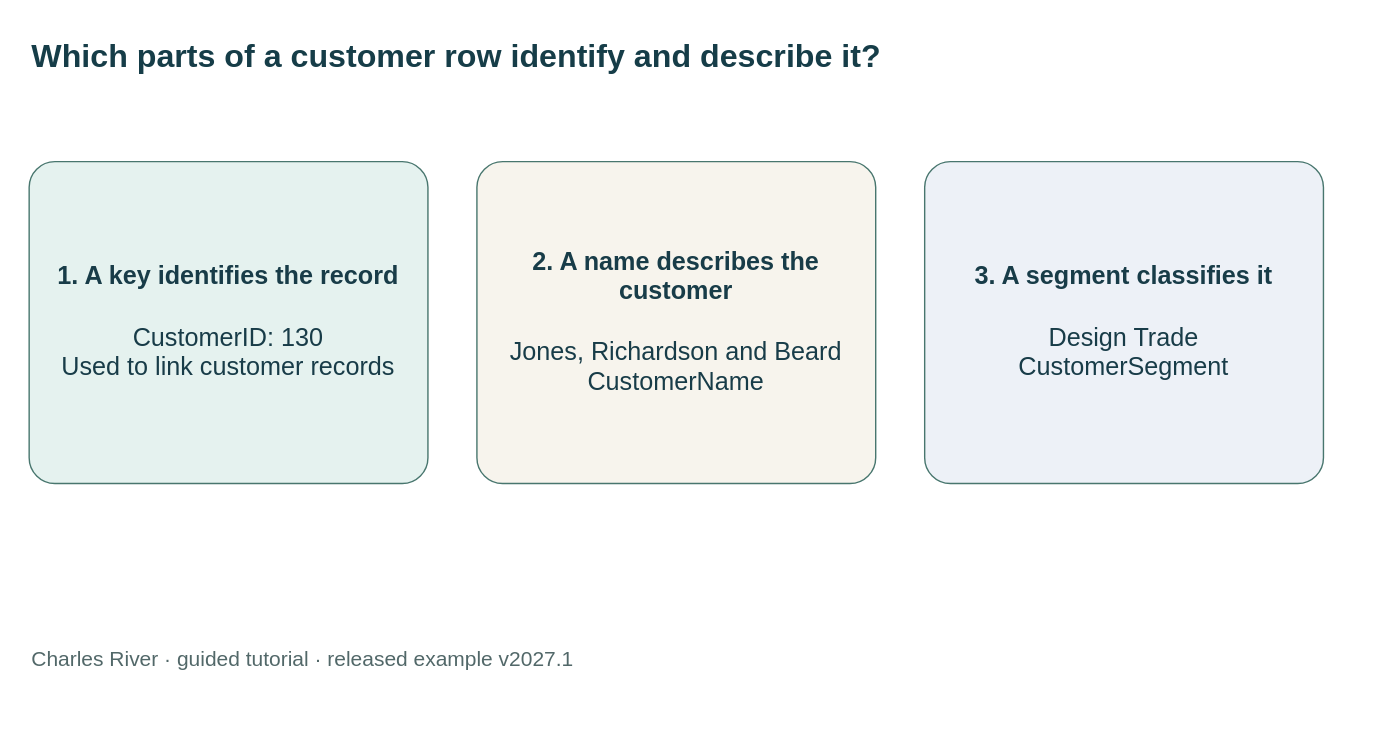
Above: static/diagrams/tutorials/meet-the-records.svg in mmcodesso/CharlesRiver_Database (draw.io), before the change. Source tidied: cells renumbered, new cells last; positions are measured from the earlier drawing's top-left corner, leaving out a move shared by most shapes. The source it was exported from:
```xml
<mxGraphModel>
  <root>
    <mxCell id="0" />
    <mxCell id="1" parent="0" />
    <mxCell id="2" value="Which parts of a customer row identify and describe it?" style="text;html=0;whiteSpace=wrap;fontSize=23;fontStyle=1;fontColor=#163d48;align=left;" parent="1" vertex="1">
      <mxGeometry width="920" height="60" as="geometry" />
    </mxCell>
    <mxCell id="3" value="&lt;b&gt;1. A key identifies the record&lt;/b&gt;&lt;br&gt;&lt;br&gt;CustomerID: 130&lt;br&gt;Used to link customer records" style="rounded=1;whiteSpace=wrap;html=1;fillColor=#e5f2ef;strokeColor=#48766e;fontColor=#183c48;fontSize=18;spacing=15;arcSize=8;" parent="1" vertex="1">
      <mxGeometry y="95" width="285" height="230" as="geometry" />
    </mxCell>
    <mxCell id="4" value="&lt;b&gt;2. A name describes the customer&lt;/b&gt;&lt;br&gt;&lt;br&gt;Jones, Richardson and Beard&lt;br&gt;CustomerName" style="rounded=1;whiteSpace=wrap;html=1;fillColor=#f7f4ed;strokeColor=#48766e;fontColor=#183c48;fontSize=18;spacing=15;arcSize=8;" parent="1" vertex="1">
      <mxGeometry x="320" y="95" width="285" height="230" as="geometry" />
    </mxCell>
    <mxCell id="5" value="&lt;b&gt;3. A segment classifies it&lt;/b&gt;&lt;br&gt;&lt;br&gt;Design Trade&lt;br&gt;CustomerSegment" style="rounded=1;whiteSpace=wrap;html=1;fillColor=#edf1f7;strokeColor=#48766e;fontColor=#183c48;fontSize=18;spacing=15;arcSize=8;" parent="1" vertex="1">
      <mxGeometry x="640" y="95" width="285" height="230" as="geometry" />
    </mxCell>
    <mxCell id="6" value="Charles River · guided tutorial · released example v2027.1" style="text;html=0;fontColor=#526869;fontSize=15;align=left;" parent="1" vertex="1">
      <mxGeometry y="435" width="920" height="30" as="geometry" />
    </mxCell>
  </root>
</mxGraphModel>
```
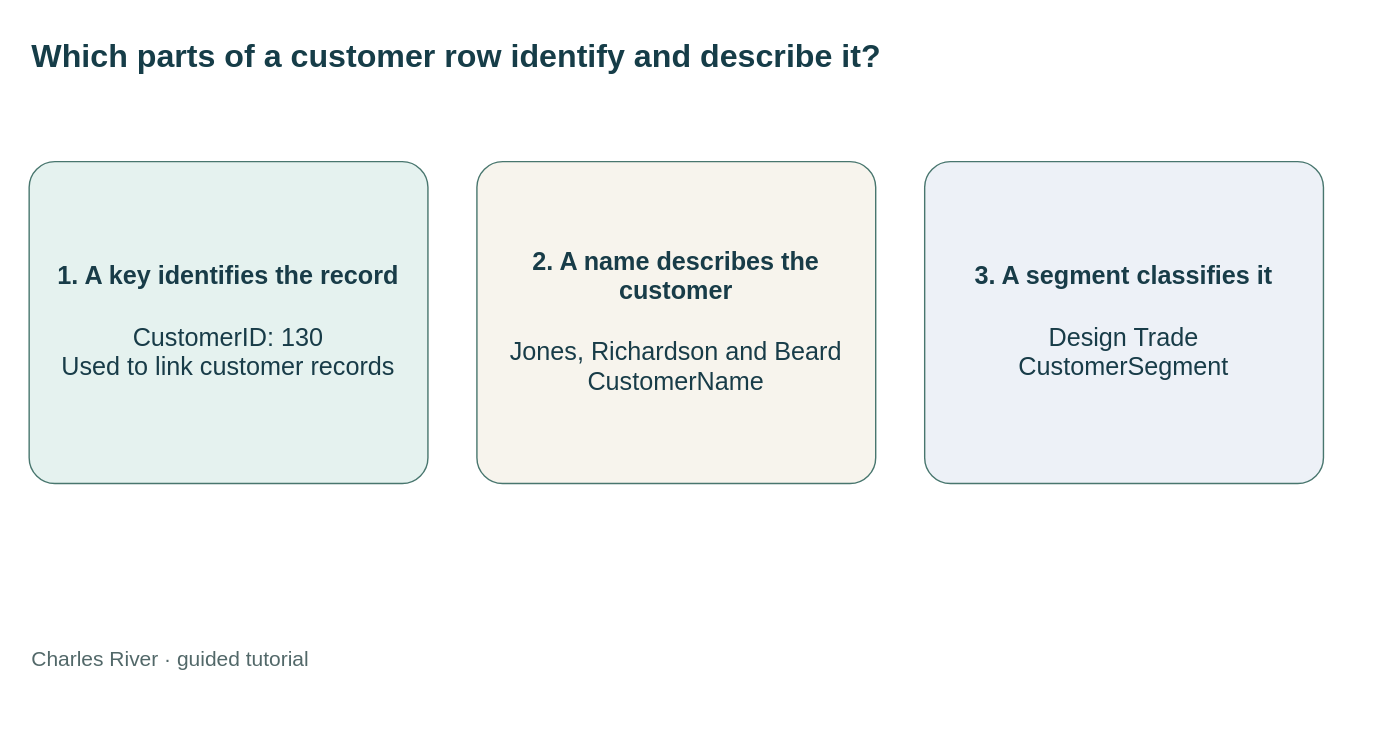
The same diagram one commit later.

Change to the diagram source:
```diff
@@ -14,7 +14,7 @@
     <mxCell id="5" value="&lt;b&gt;3. A segment classifies it&lt;/b&gt;&lt;br&gt;&lt;br&gt;Design Trade&lt;br&gt;CustomerSegment" style="rounded=1;whiteSpace=wrap;html=1;fillColor=#edf1f7;strokeColor=#48766e;fontColor=#183c48;fontSize=18;spacing=15;arcSize=8;" parent="1" vertex="1">
       <mxGeometry x="640" y="95" width="285" height="230" as="geometry" />
     </mxCell>
-    <mxCell id="6" value="Charles River · guided tutorial · released example v2027.1" style="text;html=0;fontColor=#526869;fontSize=15;align=left;" parent="1" vertex="1">
+    <mxCell id="6" value="Charles River · guided tutorial" style="text;html=0;fontColor=#526869;fontSize=15;align=left;" parent="1" vertex="1">
       <mxGeometry y="435" width="920" height="30" as="geometry" />
     </mxCell>
   </root>
```
